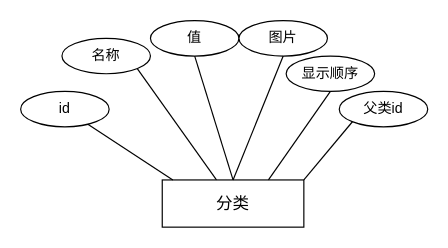
asharca/drawio keeps this draw.io diagram as food_catagory.drawio. Above is the earlier version. Source tidied: cells renumbered, new cells numbered last; positions are measured from the earlier drawing's top-left corner, leaving out a move shared by most shapes. Both pictures are drawn from the tidied source at 118%, with x=0, y=0 at pixel (20, 20).
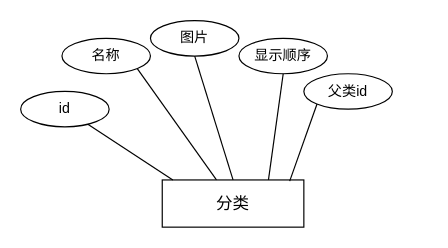
The same diagram, later.

Diff of the diagram source:
```diff
@@
 <mxGraphModel>
   <root>
     <mxCell id="0" />
     <mxCell id="1" parent="0" />
     <mxCell id="2" value="&lt;span style=&quot;font-size: 14px;&quot;&gt;分类&lt;/span&gt;" style="rounded=0;whiteSpace=wrap;html=1;" parent="1" vertex="1">
       <mxGeometry x="120" y="135" width="120" height="40" as="geometry" />
     </mxCell>
     <mxCell id="3" value="id" style="ellipse;whiteSpace=wrap;html=1;" parent="1" vertex="1">
       <mxGeometry y="60" width="75" height="30" as="geometry" />
     </mxCell>
     <mxCell id="4" value="名称" style="ellipse;whiteSpace=wrap;html=1;" parent="1" vertex="1">
       <mxGeometry x="35" y="15" width="75" height="30" as="geometry" />
     </mxCell>
-    <mxCell id="5" value="值" style="ellipse;whiteSpace=wrap;html=1;" parent="1" vertex="1">
-      <mxGeometry x="110" width="75" height="30" as="geometry" />
-    </mxCell>
     <mxCell id="6" value="图片" style="ellipse;whiteSpace=wrap;html=1;" parent="1" vertex="1">
-      <mxGeometry x="185" width="75" height="30" as="geometry" />
+      <mxGeometry x="110" width="75" height="30" as="geometry" />
     </mxCell>
     <mxCell id="7" value="显示顺序" style="ellipse;whiteSpace=wrap;html=1;" parent="1" vertex="1">
-      <mxGeometry x="225" y="30" width="75" height="30" as="geometry" />
+      <mxGeometry x="185" y="15" width="75" height="30" as="geometry" />
     </mxCell>
     <mxCell id="8" style="endArrow=none;html=1;rounded=0;exitX=0.075;exitY=0;exitDx=0;exitDy=0;exitPerimeter=0;" parent="1" edge="1" source="2" target="3">
       <mxGeometry relative="1" as="geometry" />
     </mxCell>
     <mxCell id="9" style="endArrow=none;html=1;rounded=0;exitX=0.383;exitY=0;exitDx=0;exitDy=0;entryX=1;entryY=1;entryDx=0;entryDy=0;exitPerimeter=0;" parent="1" edge="1" source="2" target="4">
       <mxGeometry relative="1" as="geometry" />
     </mxCell>
-    <mxCell id="10" style="endArrow=none;html=1;rounded=0;entryX=0.5;entryY=1;entryDx=0;entryDy=0;exitX=0.5;exitY=0;exitDx=0;exitDy=0;" parent="1" edge="1" source="2" target="5">
-      <mxGeometry relative="1" as="geometry" />
-    </mxCell>
     <mxCell id="11" style="endArrow=none;html=1;rounded=0;entryX=0.5;entryY=1;entryDx=0;entryDy=0;exitX=0.5;exitY=0;exitDx=0;exitDy=0;" parent="1" edge="1" source="2" target="6">
       <mxGeometry relative="1" as="geometry" />
     </mxCell>
     <mxCell id="12" style="endArrow=none;html=1;rounded=0;entryX=0.5;entryY=1;entryDx=0;entryDy=0;exitX=0.75;exitY=0;exitDx=0;exitDy=0;" parent="1" edge="1" source="2" target="7">
       <mxGeometry relative="1" as="geometry" />
     </mxCell>
     <mxCell id="13" value="父类id" style="ellipse;whiteSpace=wrap;html=1;" parent="1" vertex="1">
-      <mxGeometry x="270" y="60" width="75" height="30" as="geometry" />
+      <mxGeometry x="240" y="45" width="75" height="30" as="geometry" />
     </mxCell>
-    <mxCell id="14" style="endArrow=none;html=1;rounded=0;fontSize=12;startSize=8;endSize=8;curved=1;exitX=1;exitY=0;exitDx=0;exitDy=0;entryX=0;entryY=1;entryDx=0;entryDy=0;" parent="1" edge="1" source="2" target="13">
+    <mxCell id="14" style="endArrow=none;html=1;rounded=0;fontSize=12;startSize=8;endSize=8;curved=1;exitX=0.9;exitY=0.025;exitDx=0;exitDy=0;entryX=0;entryY=1;entryDx=0;entryDy=0;exitPerimeter=0;" parent="1" edge="1" source="2" target="13">
       <mxGeometry relative="1" as="geometry" />
     </mxCell>
   </root>
 </mxGraphModel>
```
